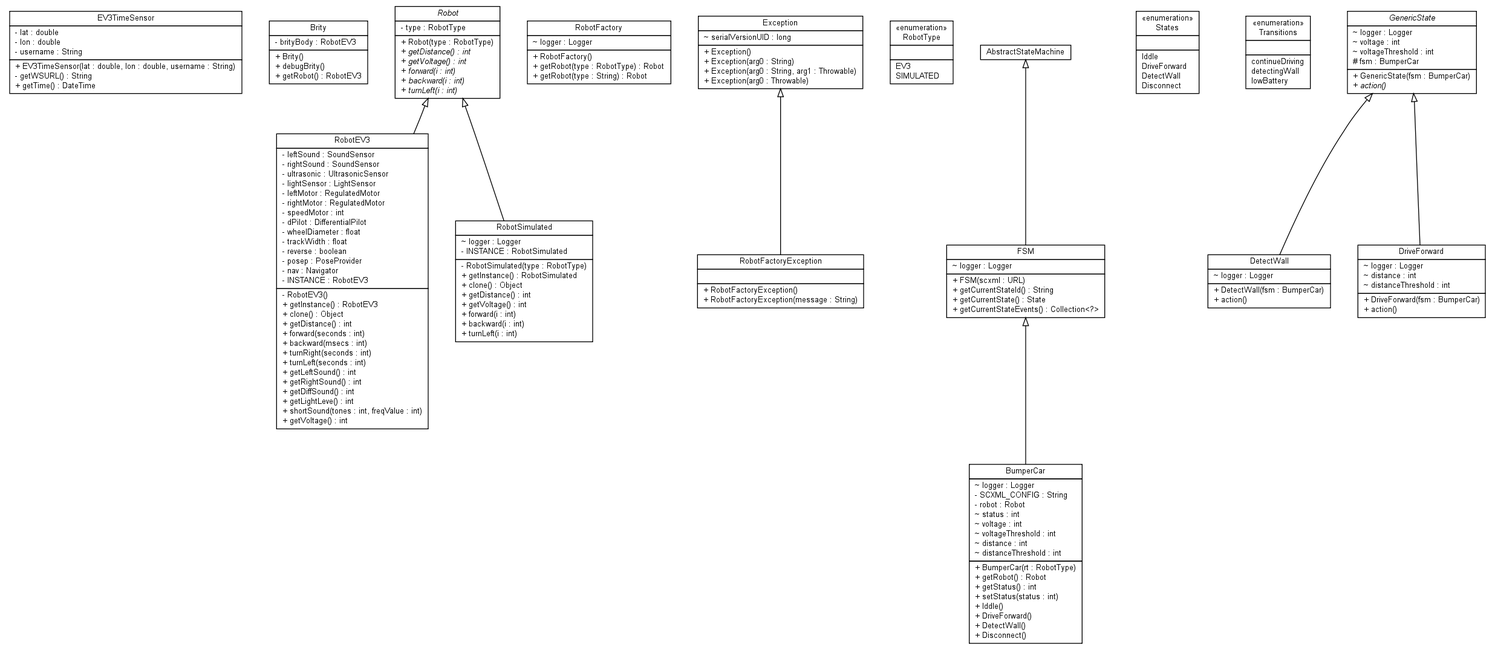
jabrena/liverobots keeps this Graphviz diagram as docs/uml/graph.png. Above is the earlier version. Its source is kept beside it as docs/uml/graph.dot.
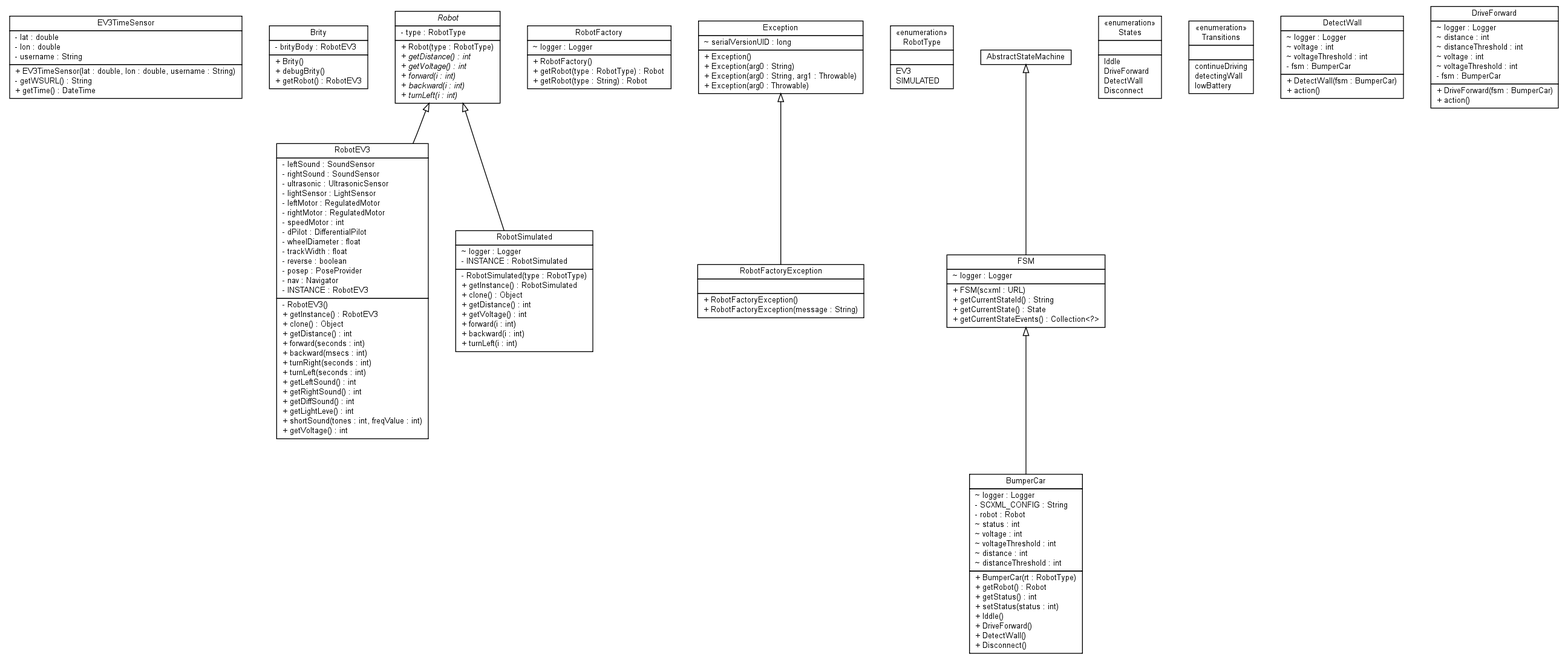
The same file after the commit.

Commit message:
Refactoring States for BumperCar

Diff of the diagram source:
```diff
@@ -216,6 +216,9 @@
 		</table></td></tr>
 		<tr><td><table border="0" cellspacing="0" cellpadding="1">
 <tr><td align="left" balign="left"> ~ logger : Logger </td></tr>
+<tr><td align="left" balign="left"> ~ voltage : int </td></tr>
+<tr><td align="left" balign="left"> ~ voltageThreshold : int </td></tr>
+<tr><td align="left" balign="left"> - fsm : BumperCar </td></tr>
 		</table></td></tr>
 		<tr><td><table border="0" cellspacing="0" cellpadding="1">
 <tr><td align="left" balign="left"> + DetectWall(fsm : BumperCar) </td></tr>
@@ -230,35 +233,21 @@
 <tr><td align="left" balign="left"> ~ logger : Logger </td></tr>
 <tr><td align="left" balign="left"> ~ distance : int </td></tr>
 <tr><td align="left" balign="left"> ~ distanceThreshold : int </td></tr>
+<tr><td align="left" balign="left"> ~ voltage : int </td></tr>
+<tr><td align="left" balign="left"> ~ voltageThreshold : int </td></tr>
+<tr><td align="left" balign="left"> - fsm : BumperCar </td></tr>
 		</table></td></tr>
 		<tr><td><table border="0" cellspacing="0" cellpadding="1">
 <tr><td align="left" balign="left"> + DriveForward(fsm : BumperCar) </td></tr>
 <tr><td align="left" balign="left"> + action() </td></tr>
 		</table></td></tr>
 		</table>>, URL="null", fontname="Helvetica", fontcolor="black", fontsize=10.0];
-	c14 [label=<<table title="jab.lejos.liverobots.fsm.bumpercar.GenericState" border="0" cellborder="1" cellspacing="0" cellpadding="2" port="p">
-		<tr><td><table border="0" cellspacing="0" cellpadding="1">
-<tr><td align="center" balign="center"><font face="Helvetica-Oblique"> GenericState </font></td></tr>
-		</table></td></tr>
-		<tr><td><table border="0" cellspacing="0" cellpadding="1">
-<tr><td align="left" balign="left"> ~ logger : Logger </td></tr>
-<tr><td align="left" balign="left"> ~ voltage : int </td></tr>
-<tr><td align="left" balign="left"> ~ voltageThreshold : int </td></tr>
-<tr><td align="left" balign="left"> # fsm : BumperCar </td></tr>
-		</table></td></tr>
-		<tr><td><table border="0" cellspacing="0" cellpadding="1">
-<tr><td align="left" balign="left"> + GenericState(fsm : BumperCar) </td></tr>
-<tr><td align="left" balign="left"><font face="Helvetica-Oblique" point-size="10.0"> + action() </font></td></tr>
-		</table></td></tr>
-		</table>>, URL="null", fontname="Helvetica", fontcolor="black", fontsize=10.0];
 	c2:p -> c3:p [dir=back,arrowtail=empty];
-	c15:p -> c5:p [dir=back,arrowtail=empty];
+	c14:p -> c5:p [dir=back,arrowtail=empty];
 	c2:p -> c6:p [dir=back,arrowtail=empty];
-	c16:p -> c8:p [dir=back,arrowtail=empty];
+	c15:p -> c8:p [dir=back,arrowtail=empty];
 	c8:p -> c9:p [dir=back,arrowtail=empty];
-	c14:p -> c12:p [dir=back,arrowtail=empty];
-	c14:p -> c13:p [dir=back,arrowtail=empty];
-	c15 [label=<<table title="java.lang.Exception" border="0" cellborder="1" cellspacing="0" cellpadding="2" port="p" href="http://java.sun.com/j2se/1.4.2/docs/api/java/lang/Exception.html">
+	c14 [label=<<table title="java.lang.Exception" border="0" cellborder="1" cellspacing="0" cellpadding="2" port="p" href="http://java.sun.com/j2se/1.4.2/docs/api/java/lang/Exception.html">
 		<tr><td><table border="0" cellspacing="0" cellpadding="1">
 <tr><td align="center" balign="center"> Exception </td></tr>
 		</table></td></tr>
@@ -272,7 +261,7 @@
 <tr><td align="left" balign="left"> + Exception(arg0 : Throwable) </td></tr>
 		</table></td></tr>
 		</table>>, URL="http://java.sun.com/j2se/1.4.2/docs/api/java/lang/Exception.html", fontname="Helvetica", fontcolor="black", fontsize=10.0];
-	c16[label=<<table title="AbstractStateMachine" border="0" cellborder="1" cellspacing="0" cellpadding="2" port="p" href="http://java.sun.com/j2se/1.4.2/docs/api//AbstractStateMachine.html">
+	c15[label=<<table title="AbstractStateMachine" border="0" cellborder="1" cellspacing="0" cellpadding="2" port="p" href="http://java.sun.com/j2se/1.4.2/docs/api//AbstractStateMachine.html">
 		<tr><td><table border="0" cellspacing="0" cellpadding="1">
 <tr><td align="center" balign="center"> AbstractStateMachine </td></tr>
 		</table></td></tr>
```
